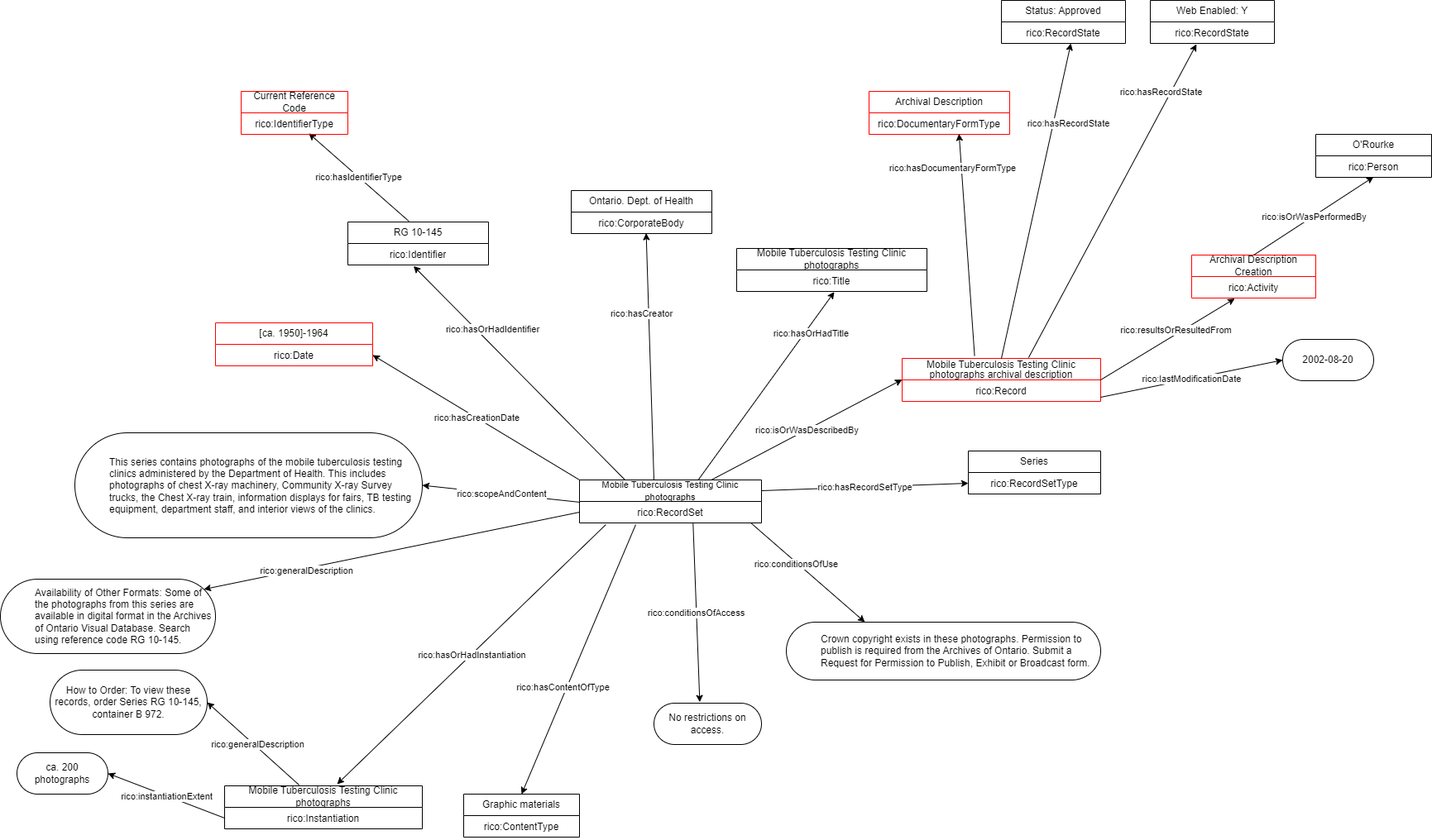
Before: gbad/RG/10/145/RG 10-145 Mobile Tuberculosis Testing Clinic photographs.png, a diagram exported from draw.io (williamsonrichard/records_in_contexts_draw_io_parser). Source tidied: cells renumbered, new cells last; positions are measured from the earlier drawing's top-left corner, leaving out a move shared by most shapes.
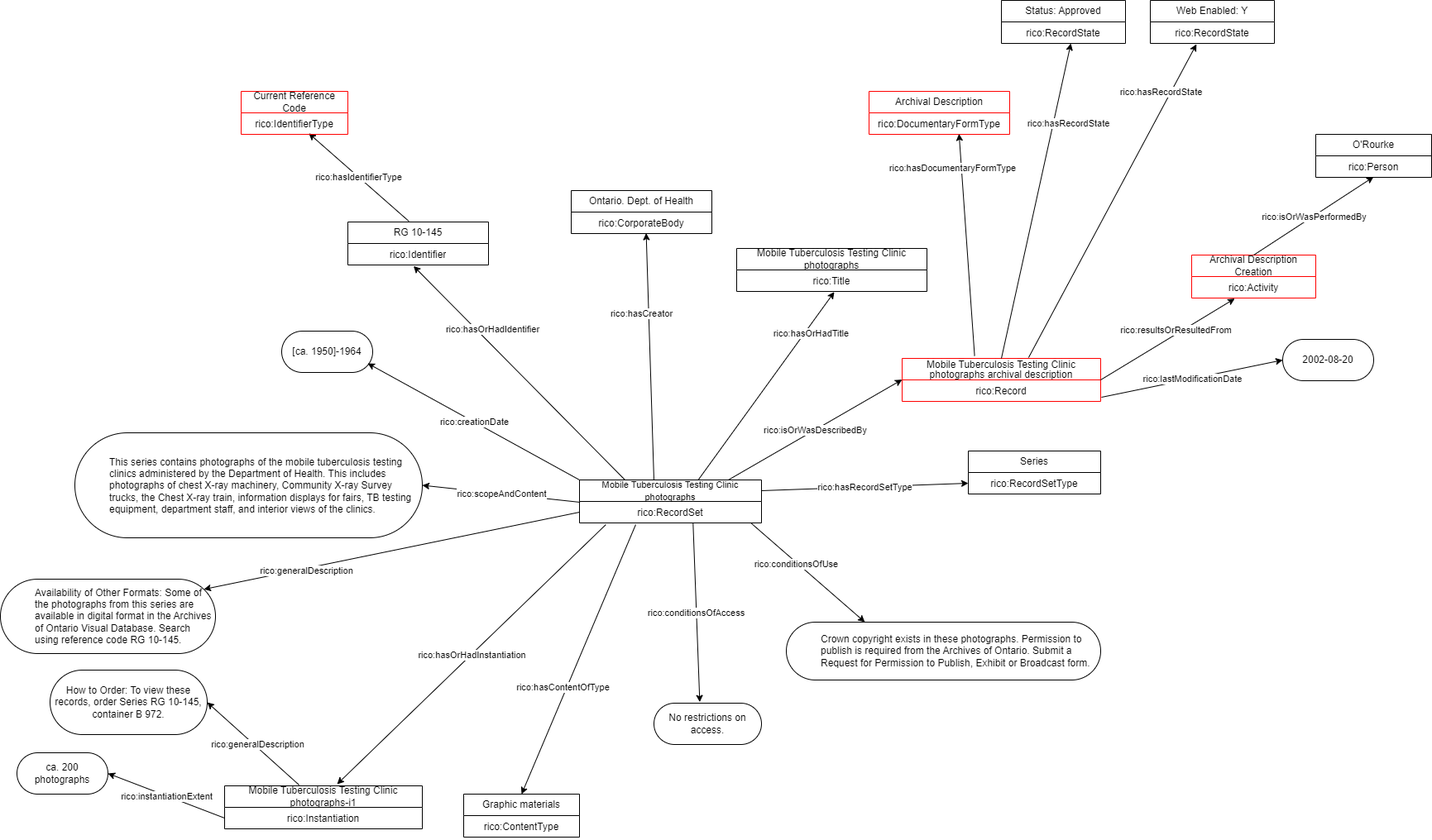
Above is the later version.

Change to the diagram source:
```diff
@@ -20,18 +20,6 @@
     <mxCell id="7" value="rico:hasRecordSetType" style="edgeLabel;html=1;align=center;verticalAlign=middle;" parent="6" vertex="1">
       <mxGeometry relative="1" as="geometry" />
     </mxCell>
-    <mxCell id="8" value="[ca. 1950]-1964" style="swimlane;fontStyle=0;horizontal=1;startSize=26;fillColor=none;whiteSpace=wrap;html=1;strokeColor=#FF0000;" parent="1" vertex="1">
-      <mxGeometry x="260" y="390" width="190" height="52" as="geometry" />
-    </mxCell>
-    <mxCell id="9" value="rico:Date" style="text;strokeColor=none;fillColor=none;align=center;verticalAlign=top;spacingLeft=4;spacingRight=4;overflow=hidden;points=[[0,0.5],[1,0.5]];portConstraint=eastwest;whiteSpace=wrap;html=1;" parent="8" vertex="1">
-      <mxGeometry y="26" width="190" height="26" as="geometry" />
-    </mxCell>
-    <mxCell id="10" style="endArrow=classic;html=1;rounded=0;exitX=0;exitY=0;exitDx=0;exitDy=0;entryX=1;entryY=0.5;entryDx=0;entryDy=0;" parent="1" edge="1" source="2" target="9">
-      <mxGeometry relative="1" as="geometry" />
-    </mxCell>
-    <mxCell id="11" value="rico:hasCreationDate" style="edgeLabel;html=1;align=center;verticalAlign=middle;" parent="10" vertex="1">
-      <mxGeometry relative="1" as="geometry" />
-    </mxCell>
     <mxCell id="12" value="&lt;blockquote style=&quot;margin: 0 0 0 40px; border: none; padding: 0px;&quot;&gt;This series contains photographs of the mobile tuberculosis testing clinics administered by the Department of Health. This includes photographs of chest X-ray machinery, Community X-ray Survey trucks, the Chest X-ray train, information displays for fairs, TB testing equipment, department staff, and interior views of the clinics.&lt;/blockquote&gt;" style="html=1;whiteSpace=wrap;rounded=1;arcSize=50;align=left;" parent="1" vertex="1">
       <mxGeometry x="90" y="523" width="420" height="127" as="geometry" />
     </mxCell>
@@ -100,7 +88,7 @@
     <mxCell id="31" value="rico:IdentifierType&lt;div&gt;&lt;br&gt;&lt;/div&gt;" style="text;strokeColor=none;fillColor=none;align=center;verticalAlign=top;spacingLeft=4;spacingRight=4;overflow=hidden;points=[[0,0.5],[1,0.5]];portConstraint=eastwest;whiteSpace=wrap;html=1;" parent="30" vertex="1">
       <mxGeometry y="26" width="129" height="26" as="geometry" />
     </mxCell>
-    <mxCell id="32" style="endArrow=classic;html=1;rounded=0;entryX=0;entryY=-0.013;entryDx=0;entryDy=0;entryPerimeter=0;" parent="1" edge="1" source="2" target="35">
+    <mxCell id="32" style="endArrow=classic;html=1;rounded=0;entryX=0;entryY=-0.013;entryDx=0;entryDy=0;entryPerimeter=0;exitX=0.818;exitY=0;exitDx=0;exitDy=0;exitPerimeter=0;" parent="1" edge="1" source="2" target="35">
       <mxGeometry relative="1" as="geometry" />
     </mxCell>
     <mxCell id="33" value="rico:isOrWasDescribedBy" style="edgeLabel;html=1;align=center;verticalAlign=middle;" parent="32" vertex="1">
@@ -160,10 +148,8 @@
         <mxPoint x="54" y="-64" as="offset" />
       </mxGeometry>
     </mxCell>
-    <mxCell id="50" style="endArrow=classic;html=1;rounded=0;entryX=0;entryY=0.5;entryDx=0;entryDy=0;" parent="1" edge="1" target="52">
-      <mxGeometry relative="1" as="geometry">
-        <mxPoint x="1330" y="480" as="sourcePoint" />
-      </mxGeometry>
+    <mxCell id="50" style="endArrow=classic;html=1;rounded=0;entryX=0;entryY=0.5;entryDx=0;entryDy=0;exitX=1.004;exitY=0.808;exitDx=0;exitDy=0;exitPerimeter=0;" parent="1" edge="1" source="35" target="52">
+      <mxGeometry relative="1" as="geometry" />
     </mxCell>
     <mxCell id="51" value="rico:lastModificationDate" style="edgeLabel;html=1;align=center;verticalAlign=middle;" parent="50" vertex="1">
       <mxGeometry relative="1" as="geometry" />
@@ -253,7 +239,7 @@
     <mxCell id="76" value="rico:hasOrHadInstantiation" style="edgeLabel;html=1;align=center;verticalAlign=middle;" parent="75" vertex="1">
       <mxGeometry relative="1" as="geometry" />
     </mxCell>
-    <mxCell id="77" value="Mobile Tuberculosis Testing Clinic photographs" style="swimlane;fontStyle=0;horizontal=1;startSize=26;fillColor=none;whiteSpace=wrap;html=1;" parent="1" vertex="1">
+    <mxCell id="77" value="Mobile Tuberculosis Testing Clinic photographs-i1" style="swimlane;fontStyle=0;horizontal=1;startSize=26;fillColor=none;whiteSpace=wrap;html=1;" parent="1" vertex="1">
       <mxGeometry x="271" y="950" width="239" height="52" as="geometry" />
     </mxCell>
     <mxCell id="78" value="rico:Instantiation&lt;div&gt;&lt;br&gt;&lt;/div&gt;" style="text;strokeColor=none;fillColor=none;align=center;verticalAlign=top;spacingLeft=4;spacingRight=4;overflow=hidden;points=[[0,0.5],[1,0.5]];portConstraint=eastwest;whiteSpace=wrap;html=1;" parent="77" vertex="1">
@@ -265,5 +251,14 @@
     <mxCell id="80" value="rico:instantiationExtent" style="edgeLabel;html=1;align=center;verticalAlign=middle;" parent="79" vertex="1">
       <mxGeometry relative="1" as="geometry" />
     </mxCell>
+    <mxCell id="8" value="[ca. 1950]-1964" style="html=1;whiteSpace=wrap;rounded=1;arcSize=50;" parent="1" vertex="1">
+      <mxGeometry x="340" y="400" width="110" height="50" as="geometry" />
+    </mxCell>
+    <mxCell id="81" style="endArrow=classic;html=1;rounded=0;exitX=0;exitY=0;exitDx=0;exitDy=0;entryX=0.945;entryY=0.78;entryDx=0;entryDy=0;entryPerimeter=0;" parent="1" edge="1" source="2" target="8">
+      <mxGeometry relative="1" as="geometry" />
+    </mxCell>
+    <mxCell id="82" value="rico:creationDate" style="edgeLabel;html=1;align=center;verticalAlign=middle;" parent="81" vertex="1">
+      <mxGeometry relative="1" as="geometry" />
+    </mxCell>
   </root>
 </mxGraphModel>
```
